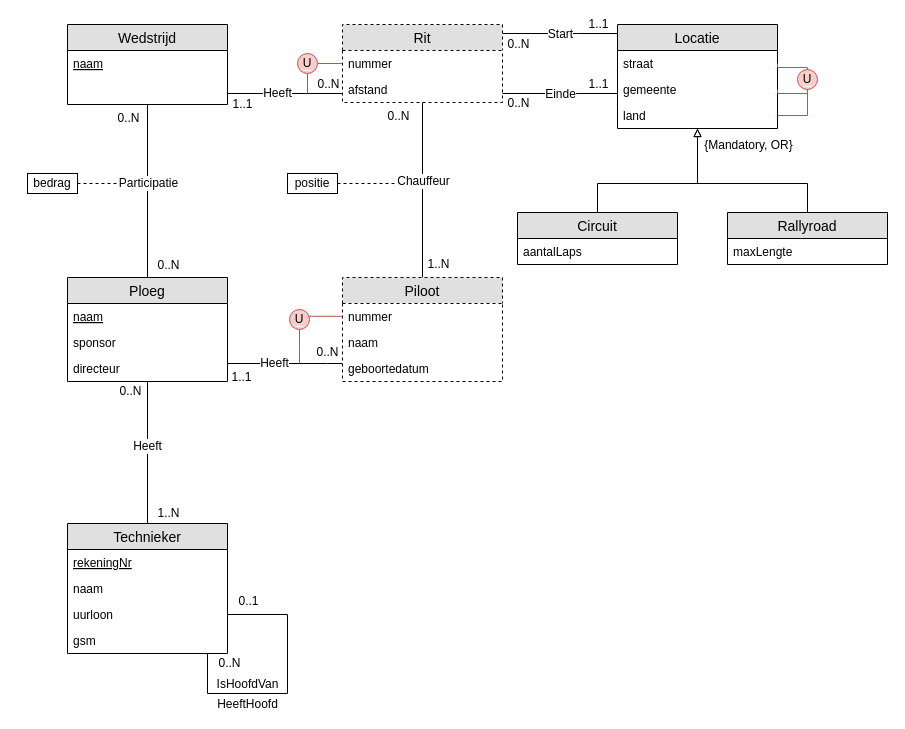
HOGENT-Databases/DB1-Workshops keeps this draw.io diagram as workshops/03-EERD/solutions/exercise-5.drawio. Above is the earlier version. Source tidied: cells renumbered, new cells numbered last; positions are measured from the earlier drawing's top-left corner, leaving out a move shared by most shapes. Both pictures are drawn from the tidied source at 100%, with x=0, y=0 at pixel (27, 24).
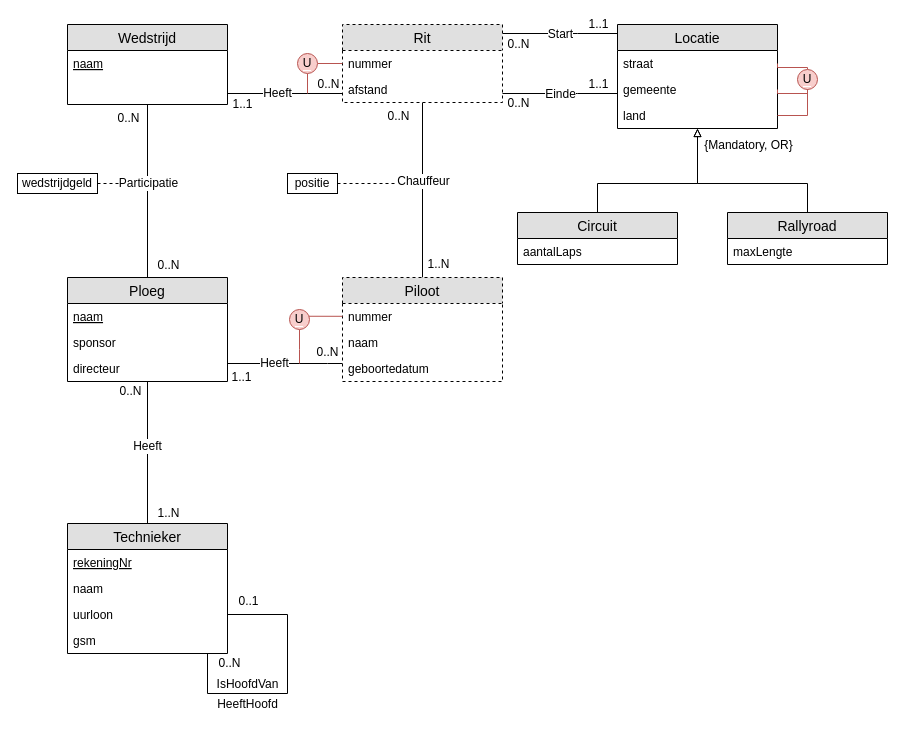
Above is the later version.

Commit message (it also covers changes not shown here):
03 - 05 Bedrag => Wedstrijdgeld

Diff of the diagram source:
```diff
@@
-    <mxCell id="62" value="bedrag" style="rounded=0;whiteSpace=wrap;html=1;" parent="1" vertex="1">
-      <mxGeometry y="149" width="50" height="20" as="geometry" />
+    <mxCell id="62" value="wedstrijdgeld" style="rounded=0;whiteSpace=wrap;html=1;" parent="1" vertex="1">
+      <mxGeometry x="-10" y="149" width="80" height="20" as="geometry" />
     </mxCell>
```
